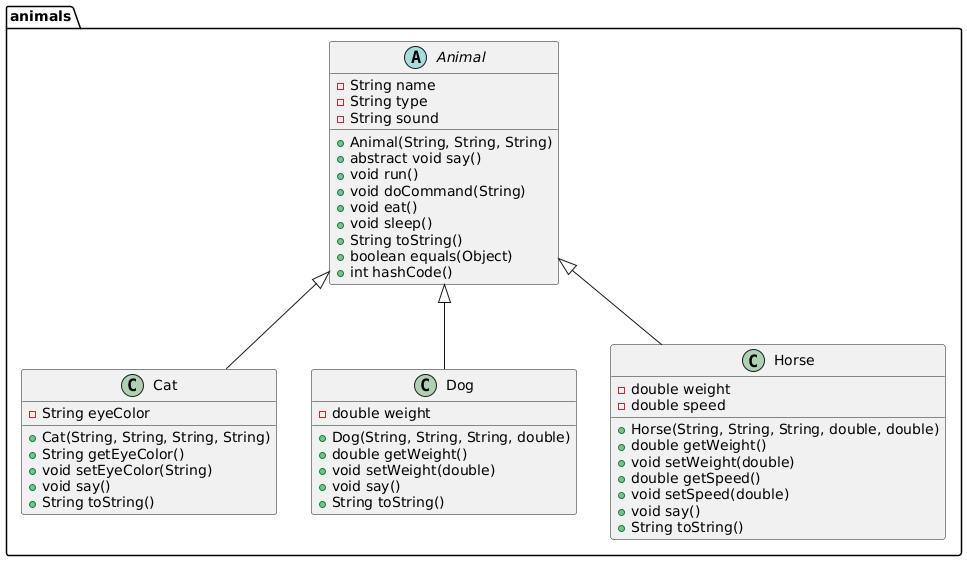
Above: Animals/UML-диаграмма.png in asyanix/JavaLearning (PlantUML), before the change.
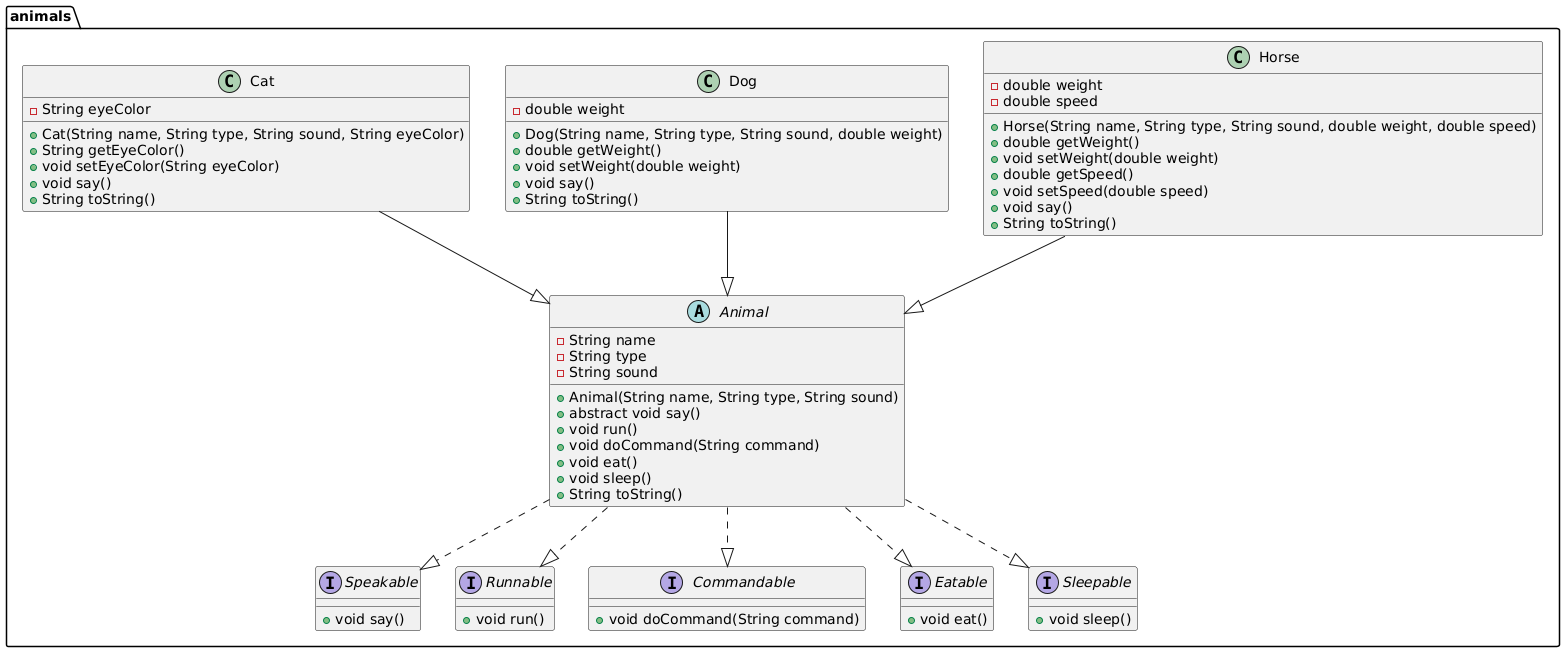
After the commit.

Commit message:
LR3: Add UML-diagram

The edit, as a diff of the source:
```diff
@@ -1,34 +1,52 @@
 @startuml
 package animals {
+    interface Speakable {
+        + void say()
+    }
+
+    interface Runnable {
+        + void run()
+    }
+
+    interface Commandable {
+        + void doCommand(String command)
+    }
+
+    interface Eatable {
+        + void eat()
+    }
+
+    interface Sleepable {
+        + void sleep()
+    }
+
     abstract class Animal {
         - String name
         - String type
         - String sound
-        + Animal(String, String, String)
+        + Animal(String name, String type, String sound)
         + abstract void say()
         + void run()
-        + void doCommand(String)
+        + void doCommand(String command)
         + void eat()
         + void sleep()
         + String toString()
-        + boolean equals(Object)
-        + int hashCode()
     }
 
     class Cat {
         - String eyeColor
-        + Cat(String, String, String, String)
+        + Cat(String name, String type, String sound, String eyeColor)
         + String getEyeColor()
-        + void setEyeColor(String)
+        + void setEyeColor(String eyeColor)
         + void say()
         + String toString()
     }
 
     class Dog {
         - double weight
-        + Dog(String, String, String, double)
+        + Dog(String name, String type, String sound, double weight)
         + double getWeight()
-        + void setWeight(double)
+        + void setWeight(double weight)
         + void say()
         + String toString()
     }
@@ -36,17 +54,23 @@
     class Horse {
         - double weight
         - double speed
-        + Horse(String, String, String, double, double)
+        + Horse(String name, String type, String sound, double weight, double speed)
         + double getWeight()
-        + void setWeight(double)
+        + void setWeight(double weight)
         + double getSpeed()
-        + void setSpeed(double)
+        + void setSpeed(double speed)
         + void say()
         + String toString()
     }
 
-    Animal <|-- Cat
-    Animal <|-- Dog
-    Animal <|-- Horse
+    Animal ..|> Speakable
+    Animal ..|> Runnable
+    Animal ..|> Commandable
+    Animal ..|> Eatable
+    Animal ..|> Sleepable
+
+    Cat --|> Animal
+    Dog --|> Animal
+    Horse --|> Animal
 }
 @enduml
```
